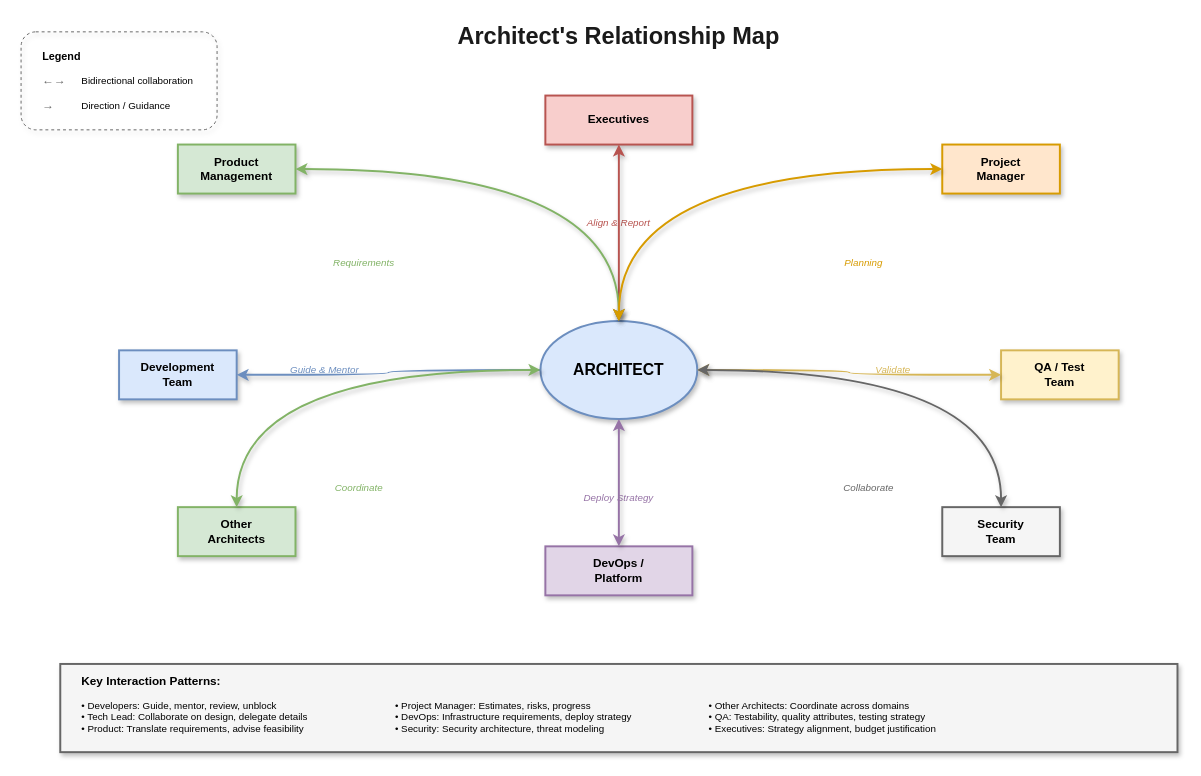
Above: lesson-00-software-architect-overview/02-organizational-positioning/2.5-relationship-map.drawio in MrParkerZ7/document-lesson-software-architect-x-claude (draw.io), before the change. Source tidied: cells renumbered, new cells numbered last; positions are measured from the earlier drawing's top-left corner, leaving out a move shared by most shapes. Both pictures are drawn from the tidied source at 98%, with x=0, y=0 at pixel (21, 17).
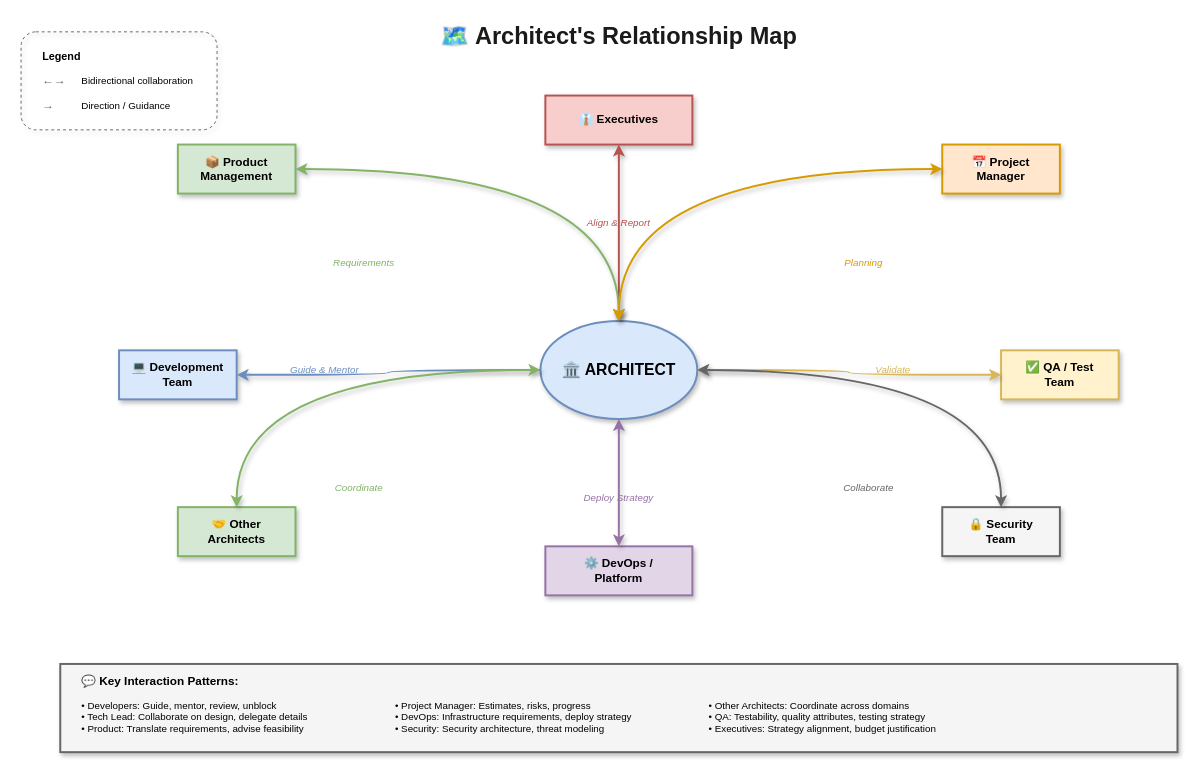
The same diagram, later.

What changed in the source:
```diff
@@
-    <mxCell id="2" value="Architect's Relationship Map" style="text;html=1;strokeColor=none;fillColor=none;align=center;verticalAlign=middle;whiteSpace=wrap;rounded=0;fontSize=24;fontStyle=1;fontColor=#1a1a1a;" parent="1" vertex="1">
+    <mxCell id="2" value="🗺️ Architect's Relationship Map" style="text;html=1;strokeColor=none;fillColor=none;align=center;verticalAlign=middle;whiteSpace=wrap;rounded=0;fontSize=24;fontStyle=1;fontColor=#1a1a1a;" parent="1" vertex="1">
       <mxGeometry x="410" width="400" height="40" as="geometry" />
     </mxCell>
-    <mxCell id="3" value="ARCHITECT" style="ellipse;whiteSpace=wrap;html=1;fillColor=#dae8fc;strokeColor=#6c8ebf;fontSize=16;fontStyle=1;shadow=1;strokeWidth=2;" parent="1" vertex="1">
+    <mxCell id="3" value="🏛️ ARCHITECT" style="ellipse;whiteSpace=wrap;html=1;fillColor=#dae8fc;strokeColor=#6c8ebf;fontSize=16;fontStyle=1;shadow=1;strokeWidth=2;" parent="1" vertex="1">
       <mxGeometry x="530" y="310" width="160" height="100" as="geometry" />
     </mxCell>
-    <mxCell id="4" value="Executives" style="rounded=0;whiteSpace=wrap;html=1;fillColor=#f8cecc;strokeColor=#b85450;fontSize=12;fontStyle=1;shadow=1;strokeWidth=2;" parent="1" vertex="1">
+    <mxCell id="4" value="👔 Executives" style="rounded=0;whiteSpace=wrap;html=1;fillColor=#f8cecc;strokeColor=#b85450;fontSize=12;fontStyle=1;shadow=1;strokeWidth=2;" parent="1" vertex="1">
       <mxGeometry x="535" y="80" width="150" height="50" as="geometry" />
     </mxCell>
@@
-    <mxCell id="7" value="Product&#10;Management" style="rounded=0;whiteSpace=wrap;html=1;fillColor=#d5e8d4;strokeColor=#82b366;fontSize=12;fontStyle=1;shadow=1;strokeWidth=2;" parent="1" vertex="1">
+    <mxCell id="7" value="📦 Product&#10;Management" style="rounded=0;whiteSpace=wrap;html=1;fillColor=#d5e8d4;strokeColor=#82b366;fontSize=12;fontStyle=1;shadow=1;strokeWidth=2;" parent="1" vertex="1">
       <mxGeometry x="160" y="130" width="120" height="50" as="geometry" />
     </mxCell>
@@
-    <mxCell id="10" value="Project&#10;Manager" style="rounded=0;whiteSpace=wrap;html=1;fillColor=#ffe6cc;strokeColor=#d79b00;fontSize=12;fontStyle=1;shadow=1;strokeWidth=2;" parent="1" vertex="1">
+    <mxCell id="10" value="📅 Project&#10;Manager" style="rounded=0;whiteSpace=wrap;html=1;fillColor=#ffe6cc;strokeColor=#d79b00;fontSize=12;fontStyle=1;shadow=1;strokeWidth=2;" parent="1" vertex="1">
       <mxGeometry x="940" y="130" width="120" height="50" as="geometry" />
     </mxCell>
@@
-    <mxCell id="13" value="Development&#10;Team" style="rounded=0;whiteSpace=wrap;html=1;fillColor=#dae8fc;strokeColor=#6c8ebf;fontSize=12;fontStyle=1;shadow=1;strokeWidth=2;" parent="1" vertex="1">
+    <mxCell id="13" value="💻 Development&#10;Team" style="rounded=0;whiteSpace=wrap;html=1;fillColor=#dae8fc;strokeColor=#6c8ebf;fontSize=12;fontStyle=1;shadow=1;strokeWidth=2;" parent="1" vertex="1">
       <mxGeometry x="100" y="340" width="120" height="50" as="geometry" />
     </mxCell>
@@
-    <mxCell id="16" value="DevOps /&#10;Platform" style="rounded=0;whiteSpace=wrap;html=1;fillColor=#e1d5e7;strokeColor=#9673a6;fontSize=12;fontStyle=1;shadow=1;strokeWidth=2;" parent="1" vertex="1">
+    <mxCell id="16" value="⚙️ DevOps /&#10;Platform" style="rounded=0;whiteSpace=wrap;html=1;fillColor=#e1d5e7;strokeColor=#9673a6;fontSize=12;fontStyle=1;shadow=1;strokeWidth=2;" parent="1" vertex="1">
       <mxGeometry x="535" y="540" width="150" height="50" as="geometry" />
     </mxCell>
@@
-    <mxCell id="19" value="QA / Test&#10;Team" style="rounded=0;whiteSpace=wrap;html=1;fillColor=#fff2cc;strokeColor=#d6b656;fontSize=12;fontStyle=1;shadow=1;strokeWidth=2;" parent="1" vertex="1">
+    <mxCell id="19" value="✅ QA / Test&#10;Team" style="rounded=0;whiteSpace=wrap;html=1;fillColor=#fff2cc;strokeColor=#d6b656;fontSize=12;fontStyle=1;shadow=1;strokeWidth=2;" parent="1" vertex="1">
       <mxGeometry x="1000" y="340" width="120" height="50" as="geometry" />
     </mxCell>
@@
-    <mxCell id="22" value="Other&#10;Architects" style="rounded=0;whiteSpace=wrap;html=1;fillColor=#d5e8d4;strokeColor=#82b366;fontSize=12;fontStyle=1;shadow=1;strokeWidth=2;" parent="1" vertex="1">
+    <mxCell id="22" value="🤝 Other&#10;Architects" style="rounded=0;whiteSpace=wrap;html=1;fillColor=#d5e8d4;strokeColor=#82b366;fontSize=12;fontStyle=1;shadow=1;strokeWidth=2;" parent="1" vertex="1">
       <mxGeometry x="160" y="500" width="120" height="50" as="geometry" />
     </mxCell>
@@
-    <mxCell id="25" value="Security&#10;Team" style="rounded=0;whiteSpace=wrap;html=1;fillColor=#f5f5f5;strokeColor=#666666;fontSize=12;fontStyle=1;shadow=1;strokeWidth=2;" parent="1" vertex="1">
+    <mxCell id="25" value="🔒 Security&#10;Team" style="rounded=0;whiteSpace=wrap;html=1;fillColor=#f5f5f5;strokeColor=#666666;fontSize=12;fontStyle=1;shadow=1;strokeWidth=2;" parent="1" vertex="1">
       <mxGeometry x="940" y="500" width="120" height="50" as="geometry" />
     </mxCell>
@@
-    <mxCell id="35" value="Key Interaction Patterns:" style="text;html=1;strokeColor=none;fillColor=none;align=left;verticalAlign=middle;whiteSpace=wrap;rounded=0;fontSize=12;fontStyle=1;" parent="1" vertex="1">
+    <mxCell id="35" value="💬 Key Interaction Patterns:" style="text;html=1;strokeColor=none;fillColor=none;align=left;verticalAlign=middle;whiteSpace=wrap;rounded=0;fontSize=12;fontStyle=1;" parent="1" vertex="1">
       <mxGeometry x="60" y="665" width="200" height="25" as="geometry" />
     </mxCell>
```
